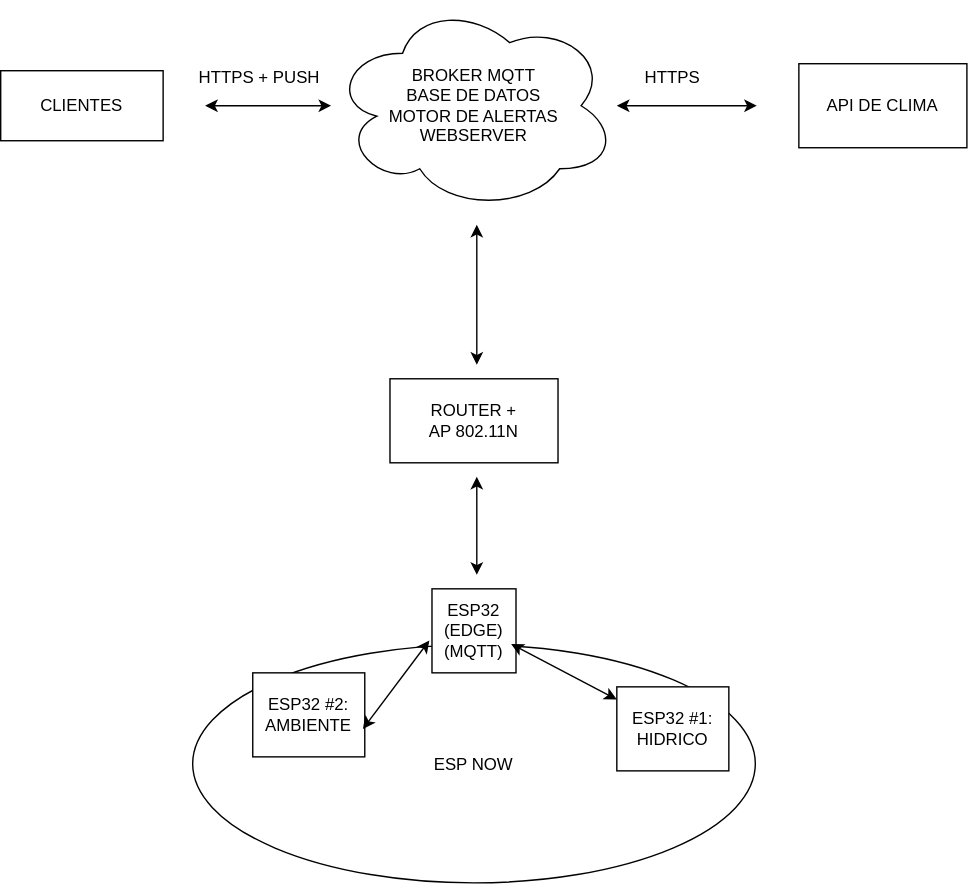
This is lucianosalgado/arq.svg from zellsito/proxecto_novas_arquitecturas_grupo_5_2627, a draw.io export, as it was before one commit. Source tidied: cells renumbered, new cells last; positions are measured from the earlier drawing's top-left corner, leaving out a move shared by most shapes.
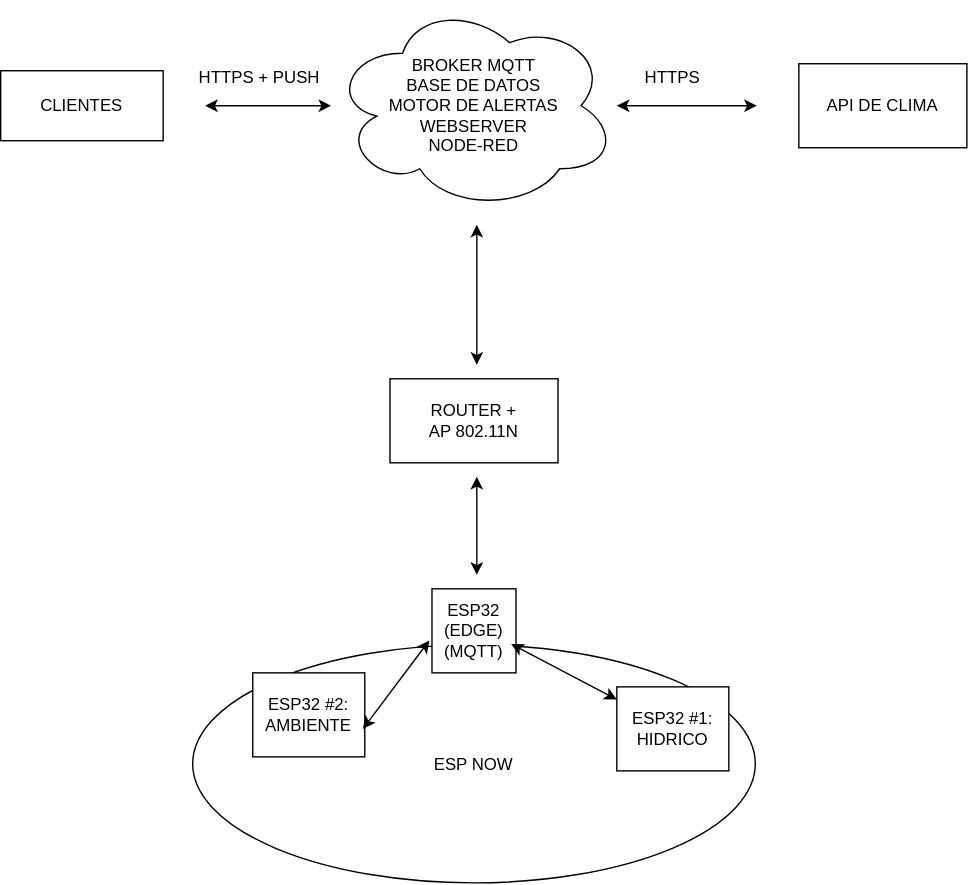
The same diagram one commit later.

Commit message:
chore: actualizar gitignore y diagramas de arquitectura con Node-RED en nube

Diff of the diagram source:
```diff
@@ -5,7 +5,7 @@
     <mxCell id="2" value="ESP NOW" style="ellipse;whiteSpace=wrap;html=1;shapeInside=1;" parent="1" vertex="1">
       <mxGeometry x="137.1" y="460" width="401.8" height="170" as="geometry" />
     </mxCell>
-    <mxCell id="3" value="BROKER MQTT&lt;div&gt;BASE DE DATOS&lt;/div&gt;&lt;div&gt;MOTOR DE ALERTAS&lt;/div&gt;&lt;div&gt;WEBSERVER&lt;/div&gt;" style="ellipse;shape=cloud;whiteSpace=wrap;html=1;perimeter=cloudPerimeter;" parent="1" vertex="1">
+    <mxCell id="3" value="BROKER MQTT&lt;div&gt;BASE DE DATOS&lt;/div&gt;&lt;div&gt;MOTOR DE ALERTAS&lt;/div&gt;&lt;div&gt;WEBSERVER&lt;/div&gt;&lt;div&gt;NODE-RED&lt;/div&gt;" style="ellipse;shape=cloud;whiteSpace=wrap;html=1;perimeter=cloudPerimeter;" parent="1" vertex="1">
       <mxGeometry x="236" width="204" height="150" as="geometry" />
     </mxCell>
     <mxCell id="4" value="CLIENTES" style="rounded=0;whiteSpace=wrap;html=1;" parent="1" vertex="1">
```
